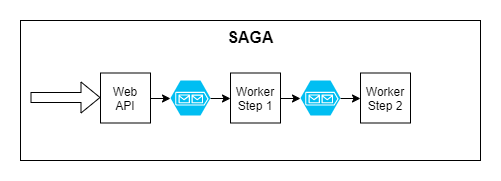
Before: images/saga.png, a diagram exported from draw.io (ryanlangton/resilient-integration). Source tidied: cells renumbered, new cells last; positions are measured from the earlier drawing's top-left corner, leaving out a move shared by most shapes. The source it was exported from:
```xml
<mxGraphModel>
  <root>
    <mxCell id="0" />
    <mxCell id="1" parent="0" />
    <mxCell id="2" value="&lt;font style=&quot;font-size: 16px&quot;&gt;&lt;b&gt;SAGA&lt;/b&gt;&lt;/font&gt;" style="rounded=0;whiteSpace=wrap;html=1;align=center;strokeColor=#000000;horizontal=1;verticalAlign=top;labelBorderColor=none;" parent="1" vertex="1">
      <mxGeometry width="460" height="140" as="geometry" />
    </mxCell>
    <mxCell id="3" style="edgeStyle=orthogonalEdgeStyle;rounded=0;jettySize=auto;html=1;exitX=1;exitY=0.5;exitDx=0;exitDy=0;exitPerimeter=0;entryX=0;entryY=0.5;entryDx=0;entryDy=0;" parent="1" edge="1" source="4" target="9">
      <mxGeometry relative="1" as="geometry" />
    </mxCell>
    <mxCell id="4" style="verticalLabelPosition=bottom;html=1;verticalAlign=top;align=center;strokeColor=none;fillColor=#00BEF2;shape=mxgraph.azure.storage_queue;" parent="1" vertex="1">
      <mxGeometry x="150" y="60" width="40" height="35" as="geometry" />
    </mxCell>
    <mxCell id="5" style="shape=flexArrow;endArrow=classic;html=1;" parent="1" edge="1">
      <mxGeometry relative="1" as="geometry">
        <mxPoint x="10" y="77" as="sourcePoint" />
        <mxPoint x="80" y="77" as="targetPoint" />
      </mxGeometry>
    </mxCell>
    <mxCell id="6" style="edgeStyle=orthogonalEdgeStyle;rounded=0;jettySize=auto;html=1;exitX=1;exitY=0.5;exitDx=0;exitDy=0;entryX=0;entryY=0.5;entryDx=0;entryDy=0;entryPerimeter=0;" parent="1" edge="1" source="7" target="4">
      <mxGeometry relative="1" as="geometry" />
    </mxCell>
    <mxCell id="7" value="Web API" style="whiteSpace=wrap;html=1;" parent="1" vertex="1">
      <mxGeometry x="80" y="52.5" width="50" height="50" as="geometry" />
    </mxCell>
    <mxCell id="8" style="edgeStyle=orthogonalEdgeStyle;rounded=0;jettySize=auto;html=1;exitX=1;exitY=0.5;exitDx=0;exitDy=0;entryX=0;entryY=0.5;entryDx=0;entryDy=0;entryPerimeter=0;" parent="1" edge="1" source="9" target="12">
      <mxGeometry relative="1" as="geometry" />
    </mxCell>
    <mxCell id="9" value="Worker Step 1" style="whiteSpace=wrap;html=1;" parent="1" vertex="1">
      <mxGeometry x="210" y="52.5" width="50" height="50" as="geometry" />
    </mxCell>
    <mxCell id="10" value="Worker Step 2" style="whiteSpace=wrap;html=1;" parent="1" vertex="1">
      <mxGeometry x="340" y="52.5" width="50" height="50" as="geometry" />
    </mxCell>
    <mxCell id="11" style="edgeStyle=orthogonalEdgeStyle;rounded=0;jettySize=auto;html=1;exitX=1;exitY=0.5;exitDx=0;exitDy=0;exitPerimeter=0;entryX=0;entryY=0.5;entryDx=0;entryDy=0;" parent="1" edge="1" source="12" target="10">
      <mxGeometry relative="1" as="geometry" />
    </mxCell>
    <mxCell id="12" style="verticalLabelPosition=bottom;html=1;verticalAlign=top;align=center;strokeColor=none;fillColor=#00BEF2;shape=mxgraph.azure.storage_queue;" parent="1" vertex="1">
      <mxGeometry x="280" y="60" width="40" height="35" as="geometry" />
    </mxCell>
  </root>
</mxGraphModel>
```
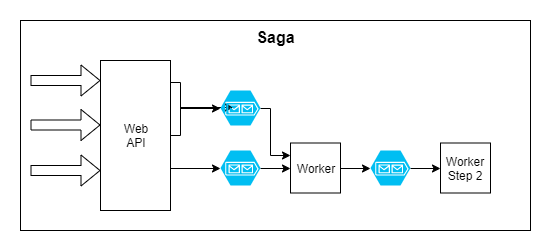
The same file after the commit.

Commit message:
workflow + saga additions

Change to the diagram source:
```diff
@@ -2,41 +2,84 @@
   <root>
     <mxCell id="0" />
     <mxCell id="1" parent="0" />
-    <mxCell id="2" value="&lt;font style=&quot;font-size: 16px&quot;&gt;&lt;b&gt;SAGA&lt;/b&gt;&lt;/font&gt;" style="rounded=0;whiteSpace=wrap;html=1;align=center;strokeColor=#000000;horizontal=1;verticalAlign=top;labelBorderColor=none;" parent="1" vertex="1">
-      <mxGeometry width="460" height="140" as="geometry" />
+    <mxCell id="2" value="&lt;font style=&quot;font-size: 16px&quot;&gt;&lt;b&gt;Saga&lt;/b&gt;&lt;/font&gt;" style="rounded=0;whiteSpace=wrap;html=1;align=center;strokeColor=#000000;horizontal=1;verticalAlign=top;labelBorderColor=none;" parent="1" vertex="1">
+      <mxGeometry y="-70" width="510" height="210" as="geometry" />
     </mxCell>
     <mxCell id="3" style="edgeStyle=orthogonalEdgeStyle;rounded=0;jettySize=auto;html=1;exitX=1;exitY=0.5;exitDx=0;exitDy=0;exitPerimeter=0;entryX=0;entryY=0.5;entryDx=0;entryDy=0;" parent="1" edge="1" source="4" target="9">
       <mxGeometry relative="1" as="geometry" />
     </mxCell>
     <mxCell id="4" style="verticalLabelPosition=bottom;html=1;verticalAlign=top;align=center;strokeColor=none;fillColor=#00BEF2;shape=mxgraph.azure.storage_queue;" parent="1" vertex="1">
-      <mxGeometry x="150" y="60" width="40" height="35" as="geometry" />
+      <mxGeometry x="200" y="60" width="40" height="35" as="geometry" />
     </mxCell>
     <mxCell id="5" style="shape=flexArrow;endArrow=classic;html=1;" parent="1" edge="1">
       <mxGeometry relative="1" as="geometry">
-        <mxPoint x="10" y="77" as="sourcePoint" />
-        <mxPoint x="80" y="77" as="targetPoint" />
+        <mxPoint x="10" y="80" as="sourcePoint" />
+        <mxPoint x="80" y="80" as="targetPoint" />
       </mxGeometry>
     </mxCell>
-    <mxCell id="6" style="edgeStyle=orthogonalEdgeStyle;rounded=0;jettySize=auto;html=1;exitX=1;exitY=0.5;exitDx=0;exitDy=0;entryX=0;entryY=0.5;entryDx=0;entryDy=0;entryPerimeter=0;" parent="1" edge="1" source="7" target="4">
-      <mxGeometry relative="1" as="geometry" />
-    </mxCell>
-    <mxCell id="7" value="Web API" style="whiteSpace=wrap;html=1;" parent="1" vertex="1">
-      <mxGeometry x="80" y="52.5" width="50" height="50" as="geometry" />
-    </mxCell>
     <mxCell id="8" style="edgeStyle=orthogonalEdgeStyle;rounded=0;jettySize=auto;html=1;exitX=1;exitY=0.5;exitDx=0;exitDy=0;entryX=0;entryY=0.5;entryDx=0;entryDy=0;entryPerimeter=0;" parent="1" edge="1" source="9" target="12">
       <mxGeometry relative="1" as="geometry" />
     </mxCell>
-    <mxCell id="9" value="Worker Step 1" style="whiteSpace=wrap;html=1;" parent="1" vertex="1">
-      <mxGeometry x="210" y="52.5" width="50" height="50" as="geometry" />
+    <mxCell id="9" value="Worker" style="whiteSpace=wrap;html=1;" parent="1" vertex="1">
+      <mxGeometry x="270" y="52.5" width="50" height="50" as="geometry" />
     </mxCell>
     <mxCell id="10" value="Worker Step 2" style="whiteSpace=wrap;html=1;" parent="1" vertex="1">
-      <mxGeometry x="340" y="52.5" width="50" height="50" as="geometry" />
+      <mxGeometry x="420" y="52.5" width="50" height="50" as="geometry" />
     </mxCell>
     <mxCell id="11" style="edgeStyle=orthogonalEdgeStyle;rounded=0;jettySize=auto;html=1;exitX=1;exitY=0.5;exitDx=0;exitDy=0;exitPerimeter=0;entryX=0;entryY=0.5;entryDx=0;entryDy=0;" parent="1" edge="1" source="12" target="10">
       <mxGeometry relative="1" as="geometry" />
     </mxCell>
     <mxCell id="12" style="verticalLabelPosition=bottom;html=1;verticalAlign=top;align=center;strokeColor=none;fillColor=#00BEF2;shape=mxgraph.azure.storage_queue;" parent="1" vertex="1">
-      <mxGeometry x="280" y="60" width="40" height="35" as="geometry" />
+      <mxGeometry x="350" y="60" width="40" height="35" as="geometry" />
     </mxCell>
+    <mxCell id="13" style="shape=flexArrow;endArrow=classic;html=1;" parent="1" edge="1">
+      <mxGeometry relative="1" as="geometry">
+        <mxPoint x="10" y="-10" as="sourcePoint" />
+        <mxPoint x="80" y="-10" as="targetPoint" />
+      </mxGeometry>
+    </mxCell>
+    <mxCell id="14" style="edgeStyle=orthogonalEdgeStyle;rounded=0;jettySize=auto;html=1;exitX=0.943;exitY=0.147;exitDx=0;exitDy=0;entryX=0;entryY=0.5;entryDx=0;entryDy=0;entryPerimeter=0;exitPerimeter=0;" parent="1" edge="1" source="7" target="18">
+      <mxGeometry relative="1" as="geometry">
+        <Array as="points">
+          <mxPoint x="160" y="-8" />
+          <mxPoint x="160" y="18" />
+        </Array>
+      </mxGeometry>
+    </mxCell>
+    <mxCell id="15" style="edgeStyle=orthogonalEdgeStyle;rounded=0;jettySize=auto;html=1;exitX=1;exitY=0.5;exitDx=0;exitDy=0;entryX=0.317;entryY=0.495;entryDx=0;entryDy=0;entryPerimeter=0;" parent="1" edge="1" source="7" target="18">
+      <mxGeometry relative="1" as="geometry">
+        <Array as="points">
+          <mxPoint x="160" y="45" />
+          <mxPoint x="160" y="17" />
+        </Array>
+      </mxGeometry>
+    </mxCell>
+    <mxCell id="6" style="edgeStyle=orthogonalEdgeStyle;rounded=0;jettySize=auto;html=1;exitX=1;exitY=0.75;exitDx=0;exitDy=0;entryX=0;entryY=0.5;entryDx=0;entryDy=0;entryPerimeter=0;" parent="1" edge="1" source="7" target="4">
+      <mxGeometry relative="1" as="geometry">
+        <Array as="points">
+          <mxPoint x="150" y="78" />
+        </Array>
+      </mxGeometry>
+    </mxCell>
+    <mxCell id="7" value="Web&lt;br&gt;API" style="rounded=0;whiteSpace=wrap;html=1;" parent="1" vertex="1">
+      <mxGeometry x="80" y="-30" width="70" height="150" as="geometry" />
+    </mxCell>
+    <mxCell id="16" style="shape=flexArrow;endArrow=classic;html=1;" parent="1" edge="1">
+      <mxGeometry relative="1" as="geometry">
+        <mxPoint x="10" y="34.5" as="sourcePoint" />
+        <mxPoint x="80" y="34.5" as="targetPoint" />
+      </mxGeometry>
+    </mxCell>
+    <mxCell id="17" style="edgeStyle=orthogonalEdgeStyle;rounded=0;jettySize=auto;html=1;exitX=1;exitY=0.5;exitDx=0;exitDy=0;exitPerimeter=0;entryX=0;entryY=0.25;entryDx=0;entryDy=0;" parent="1" edge="1" source="18" target="9">
+      <mxGeometry relative="1" as="geometry">
+        <Array as="points">
+          <mxPoint x="250" y="18" />
+          <mxPoint x="250" y="65" />
+        </Array>
+      </mxGeometry>
+    </mxCell>
+    <mxCell id="18" style="verticalLabelPosition=bottom;html=1;verticalAlign=top;align=center;strokeColor=none;fillColor=#00BEF2;shape=mxgraph.azure.storage_queue;" parent="1" vertex="1">
+      <mxGeometry x="200" width="40" height="35" as="geometry" />
+    </mxCell>
   </root>
 </mxGraphModel>
```
